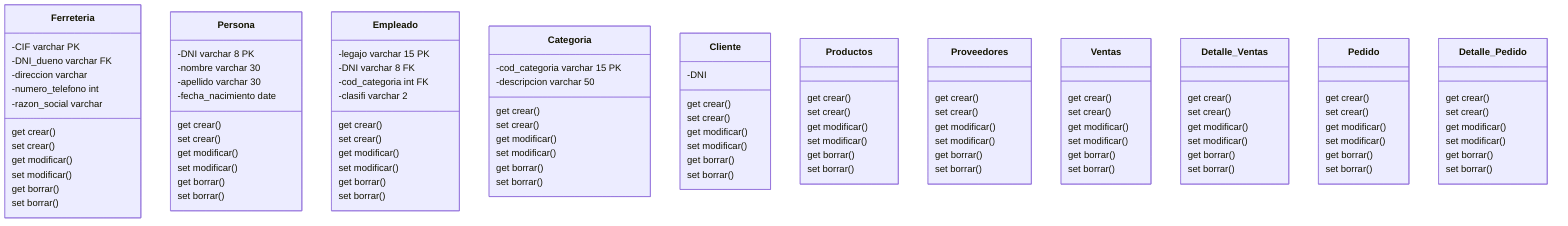
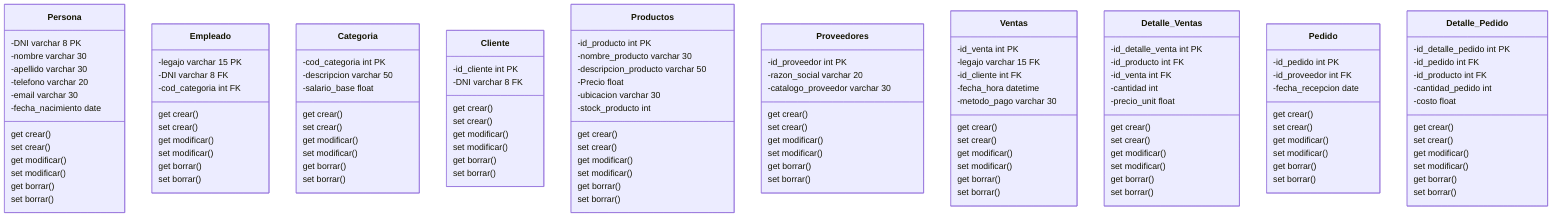
classDiagram
- 
- class Ferreteria{
-     -CIF                varchar PK
-     -DNI_dueno                varchar FK
-     -direccion          varchar
-     -numero_telefono    int
-     -razon_social       varchar
- 
-     get crear    ()
-     set crear    ()
-     get modificar()
-     set modificar()
-     get borrar   ()
-     set borrar   ()
- }

class Persona{
    -DNI                varchar 8  PK
    -nombre             varchar 30
    -apellido           varchar 30
+     -telefono           varchar 20
+     -email              varchar 30
    -fecha_nacimiento   date

    get crear    ()
    set crear    ()
    get modificar()
    set modificar()
    get borrar   ()
    set borrar   ()
}

class Empleado{
    -legajo         varchar 15 PK
    -DNI            varchar 8  FK
    -cod_categoria  int        FK
-     -clasifi        varchar 2

    get crear    ()
    set crear    ()
    get modificar()
    set modificar()
    get borrar   ()
    set borrar   ()
}

class Categoria{
-     -cod_categoria   varchar 15 PK
+     -cod_categoria   int        PK
    -descripcion     varchar 50
+     -salario_base    float

    get crear    ()
    set crear    ()
    get modificar()
    set modificar()
    get borrar   ()
    set borrar   ()
}

class Cliente{
-     -DNI
+     -id_cliente int         PK
+     -DNI        varchar 8   FK

    get crear    ()
    set crear    ()
    get modificar()
    set modificar()
    get borrar   ()
    set borrar   ()
}

class Productos{
- 
+     -id_producto             int         PK
+     -nombre_producto         varchar 30
+     -descripcion_producto    varchar 50
+     -Precio                  float
+     -ubicacion               varchar 30
+     -stock_producto          int

    get crear    ()
    set crear    ()
    get modificar()
    set modificar()
    get borrar   ()
    set borrar   ()
}

class Proveedores{
- 
+     -id_proveedor            int         PK
+     -razon_social            varchar 20
+     -catalogo_proveedor      varchar 30

    get crear    ()
    set crear    ()
    get modificar()
    set modificar()
    get borrar   ()
    set borrar   ()
}

class Ventas{
- 
+     -id_venta           int PK
+     -legajo             varchar 15 FK
+     -id_cliente         int        FK
+     -fecha_hora         datetime
+     -metodo_pago        varchar 30

    get crear    ()
    set crear    ()
    get modificar()
    set modificar()
    get borrar   ()
    set borrar   ()
}

class Detalle_Ventas{
- 
+     -id_detalle_venta   int     PK
+     -id_producto        int     FK
+     -id_venta           int     FK
+     -cantidad           int
+     -precio_unit        float

    get crear    ()
    set crear    ()
    get modificar()
    set modificar()
    get borrar   ()
    set borrar   ()
}

class Pedido{
- 
+     -id_pedido              int     PK
+     -id_proveedor           int     FK
+     -fecha_recepcion        date

    get crear    ()
    set crear    ()
    get modificar()
    set modificar()
    get borrar   ()
    set borrar   ()
}

class Detalle_Pedido{
- 
+     -id_detalle_pedido      int     PK
+     -id_pedido              int     FK
+     -id_producto            int     FK
+     -cantidad_pedido        int
+     -costo                  float

    get crear    ()
    set crear    ()
    get modificar()
    set modificar()
    get borrar   ()
    set borrar   ()
}
- 
